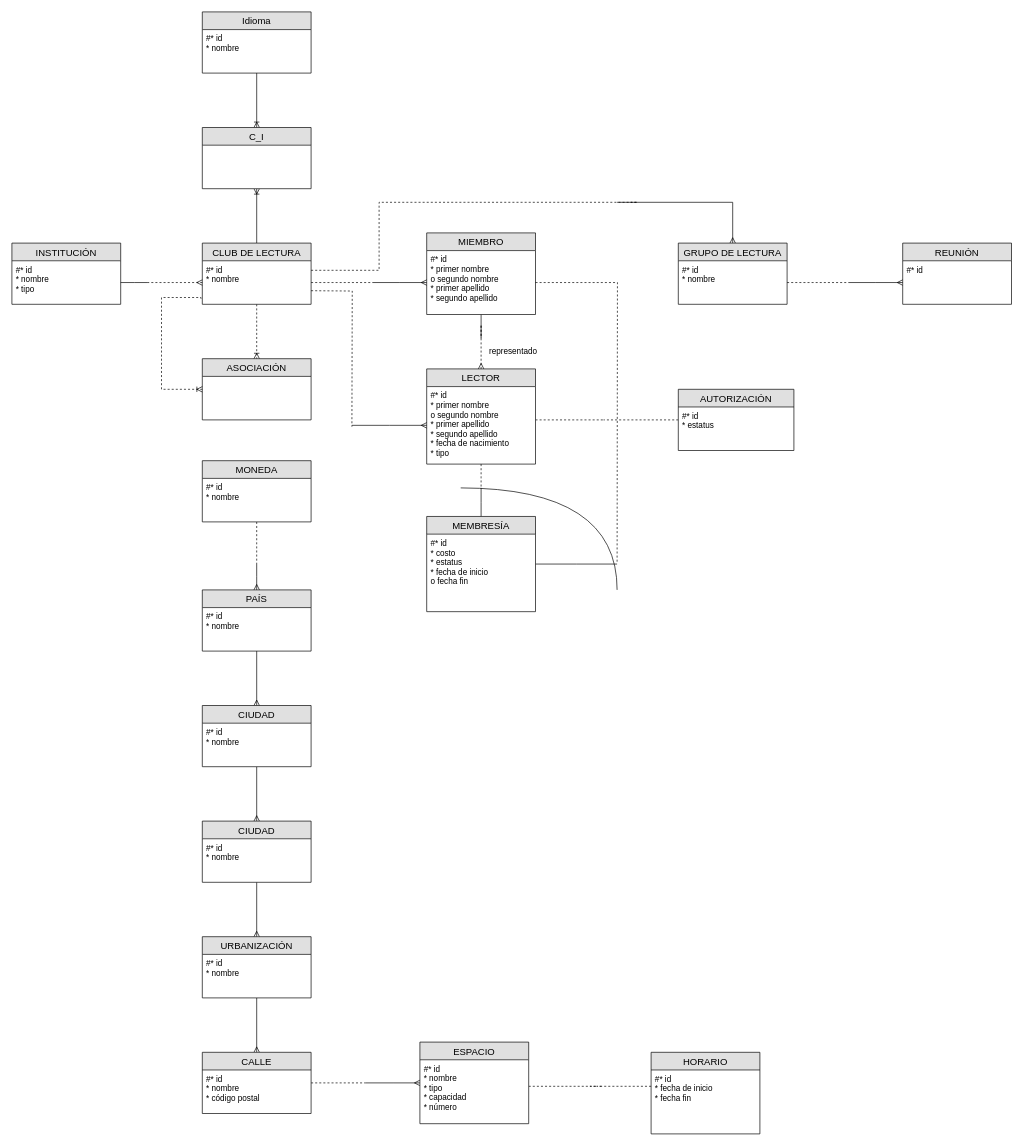
Above: DB I/ER.drawio in NeutronBlast/IS-Ex (draw.io), before the change. Source tidied: cells renumbered, new cells numbered last; positions are measured from the earlier drawing's top-left corner, leaving out a move shared by most shapes. Both pictures are drawn from the tidied source at 68%, with x=0, y=0 at pixel (12, 12).
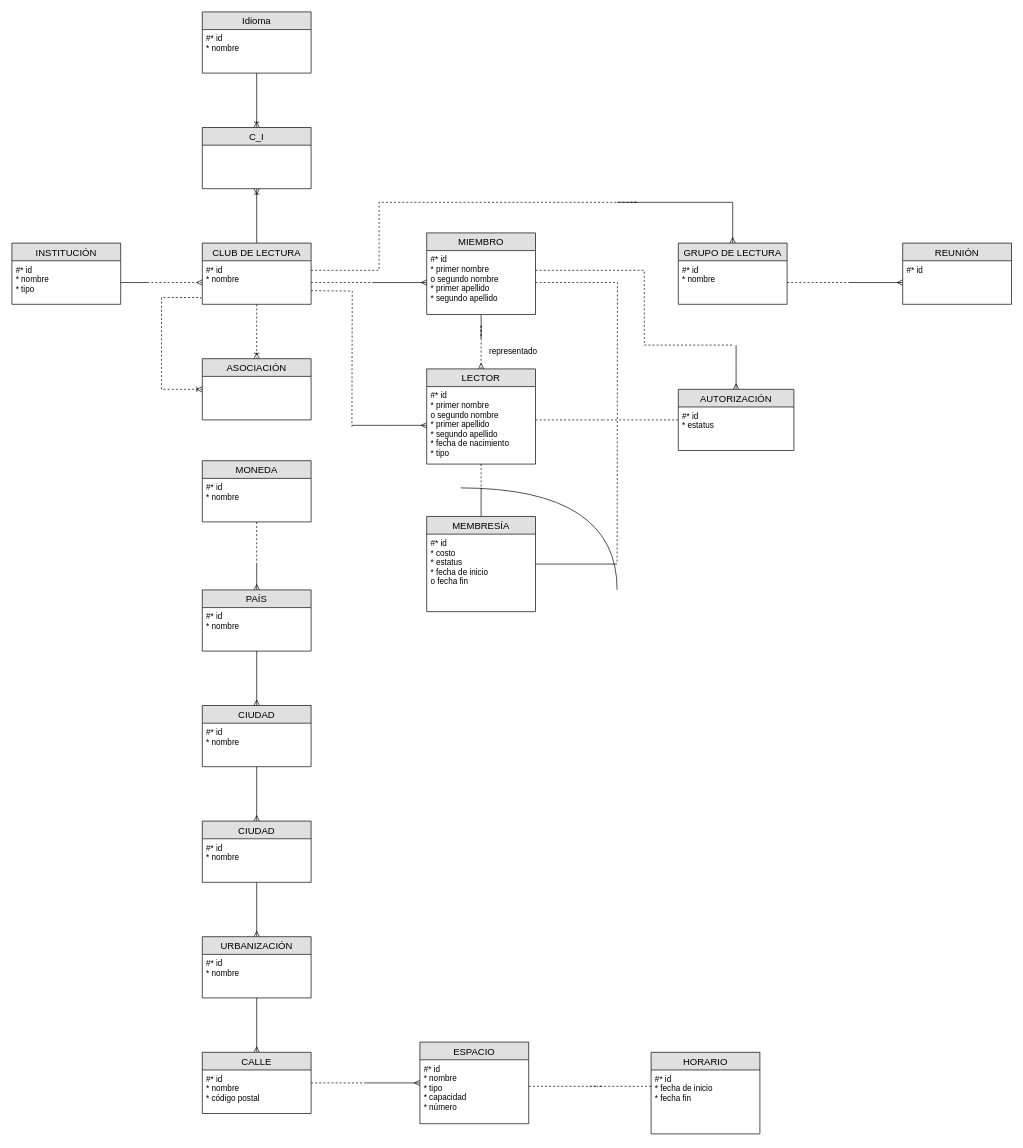
The same page after the edit.

Commit message:
dedo amigo

The change refers to these unchanged cells:
```xml
<mxCell id="70" value="AUTORIZACIÓN" style="swimlane;fontStyle=0;horizontal=1;startSize=26;fillColor=#e0e0e0;swimlaneFillColor=#ffffff;align=center;fontSize=14;" parent="1" vertex="1">
  <mxGeometry x="980" y="555" width="170" height="90" as="geometry" />
</mxCell>
```

Diff of the diagram source:
```diff
@@
+    <mxCell id="72" style="edgeStyle=orthogonalEdgeStyle;rounded=0;jettySize=auto;html=1;startArrow=ERmany;startFill=0;endArrow=none;endFill=0;" parent="1" edge="1" source="70">
+      <mxGeometry relative="1" as="geometry">
+        <mxPoint x="1065" y="490" as="targetPoint" />
+      </mxGeometry>
+    </mxCell>
@@
+    <mxCell id="73" style="edgeStyle=orthogonalEdgeStyle;rounded=0;orthogonalLoop=1;jettySize=auto;html=1;startArrow=none;startFill=0;endArrow=none;endFill=0;dashed=1;" parent="1" edge="1">
+      <mxGeometry relative="1" as="geometry">
+        <mxPoint x="770" y="380" as="sourcePoint" />
+        <mxPoint x="1060" y="490" as="targetPoint" />
+        <Array as="points">
+          <mxPoint x="930" y="380" />
+          <mxPoint x="930" y="490" />
+        </Array>
+      </mxGeometry>
+    </mxCell>
```
